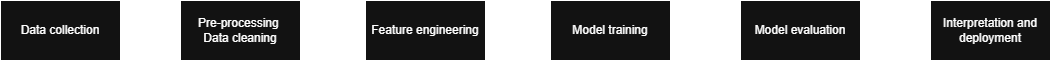
Earlier version of the draw.io export diagrams_and_pictures/workflow/data_science_lifecycle.png (Rouxxel/thesis-bachelor). Source tidied: cells renumbered, new cells last; positions are measured from the earlier drawing's top-left corner, leaving out a move shared by most shapes.
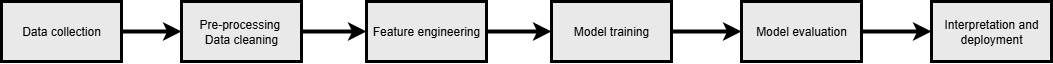
After the change.

Commit message:
Update workflows and diagrams

Change to the diagram source:
```diff
@@ -2,37 +2,37 @@
   <root>
     <mxCell id="0" />
     <mxCell id="1" parent="0" />
-    <mxCell id="2" style="edgeStyle=orthogonalEdgeStyle;rounded=0;jettySize=auto;html=1;entryX=0;entryY=0.5;entryDx=0;entryDy=0;strokeWidth=3;" parent="1" edge="1" source="3" target="5">
+    <mxCell id="2" style="edgeStyle=orthogonalEdgeStyle;rounded=0;jettySize=auto;html=1;entryX=0;entryY=0.5;entryDx=0;entryDy=0;strokeWidth=4;strokeColor=light-dark(#000000,#000000);" parent="1" edge="1" source="3" target="5">
       <mxGeometry relative="1" as="geometry" />
     </mxCell>
-    <mxCell id="3" value="Data collection" style="rounded=0;whiteSpace=wrap;html=1;" parent="1" vertex="1">
+    <mxCell id="3" value="Data collection" style="rounded=0;whiteSpace=wrap;html=1;fillColor=light-dark(#FFFFFF,#E9E9E9);fontColor=light-dark(#000000,#000000);strokeColor=light-dark(#000000,#000000);strokeWidth=3;" parent="1" vertex="1">
       <mxGeometry width="120" height="60" as="geometry" />
     </mxCell>
-    <mxCell id="4" style="edgeStyle=orthogonalEdgeStyle;rounded=0;jettySize=auto;html=1;entryX=0;entryY=0.5;entryDx=0;entryDy=0;strokeWidth=3;" parent="1" edge="1" source="5" target="7">
+    <mxCell id="4" style="edgeStyle=orthogonalEdgeStyle;rounded=0;jettySize=auto;html=1;entryX=0;entryY=0.5;entryDx=0;entryDy=0;strokeWidth=4;strokeColor=light-dark(#000000,#000000);" parent="1" edge="1" source="5" target="7">
       <mxGeometry relative="1" as="geometry" />
     </mxCell>
-    <mxCell id="5" value="Pre-processing&amp;nbsp;&lt;div&gt;Data cleaning&lt;/div&gt;" style="rounded=0;whiteSpace=wrap;html=1;" parent="1" vertex="1">
+    <mxCell id="5" value="Pre-processing&amp;nbsp;&lt;div&gt;Data cleaning&lt;/div&gt;" style="rounded=0;whiteSpace=wrap;html=1;fillColor=light-dark(#FFFFFF,#E9E9E9);fontColor=light-dark(#000000,#000000);strokeColor=light-dark(#000000,#000000);strokeWidth=3;" parent="1" vertex="1">
       <mxGeometry x="180" width="120" height="60" as="geometry" />
     </mxCell>
-    <mxCell id="6" style="edgeStyle=orthogonalEdgeStyle;rounded=0;jettySize=auto;html=1;entryX=0;entryY=0.5;entryDx=0;entryDy=0;strokeWidth=3;" parent="1" edge="1" source="7" target="9">
+    <mxCell id="6" style="edgeStyle=orthogonalEdgeStyle;rounded=0;jettySize=auto;html=1;entryX=0;entryY=0.5;entryDx=0;entryDy=0;strokeWidth=4;strokeColor=light-dark(#000000,#000000);" parent="1" edge="1" source="7" target="9">
       <mxGeometry relative="1" as="geometry" />
     </mxCell>
-    <mxCell id="7" value="Feature engineering" style="rounded=0;whiteSpace=wrap;html=1;" parent="1" vertex="1">
+    <mxCell id="7" value="Feature engineering" style="rounded=0;whiteSpace=wrap;html=1;fillColor=light-dark(#FFFFFF,#E9E9E9);fontColor=light-dark(#000000,#000000);strokeColor=light-dark(#000000,#000000);strokeWidth=3;" parent="1" vertex="1">
       <mxGeometry x="365" width="120" height="60" as="geometry" />
     </mxCell>
-    <mxCell id="8" style="edgeStyle=orthogonalEdgeStyle;rounded=0;jettySize=auto;html=1;entryX=0;entryY=0.5;entryDx=0;entryDy=0;strokeWidth=3;" parent="1" edge="1" source="9" target="11">
+    <mxCell id="8" style="edgeStyle=orthogonalEdgeStyle;rounded=0;jettySize=auto;html=1;entryX=0;entryY=0.5;entryDx=0;entryDy=0;strokeWidth=4;strokeColor=light-dark(#000000,#000000);" parent="1" edge="1" source="9" target="11">
       <mxGeometry relative="1" as="geometry" />
     </mxCell>
-    <mxCell id="9" value="Model training" style="rounded=0;whiteSpace=wrap;html=1;" parent="1" vertex="1">
+    <mxCell id="9" value="Model training" style="rounded=0;whiteSpace=wrap;html=1;fillColor=light-dark(#FFFFFF,#E9E9E9);fontColor=light-dark(#000000,#000000);strokeColor=light-dark(#000000,#000000);strokeWidth=3;" parent="1" vertex="1">
       <mxGeometry x="550" width="120" height="60" as="geometry" />
     </mxCell>
-    <mxCell id="10" style="edgeStyle=orthogonalEdgeStyle;rounded=0;jettySize=auto;html=1;entryX=0;entryY=0.5;entryDx=0;entryDy=0;strokeWidth=3;" parent="1" edge="1" source="11" target="12">
+    <mxCell id="10" style="edgeStyle=orthogonalEdgeStyle;rounded=0;jettySize=auto;html=1;entryX=0;entryY=0.5;entryDx=0;entryDy=0;strokeWidth=4;strokeColor=light-dark(#000000,#000000);" parent="1" edge="1" source="11" target="12">
       <mxGeometry relative="1" as="geometry" />
     </mxCell>
-    <mxCell id="11" value="Model evaluation" style="rounded=0;whiteSpace=wrap;html=1;" parent="1" vertex="1">
+    <mxCell id="11" value="Model evaluation" style="rounded=0;whiteSpace=wrap;html=1;fillColor=light-dark(#FFFFFF,#E9E9E9);fontColor=light-dark(#000000,#000000);strokeColor=light-dark(#000000,#000000);strokeWidth=3;" parent="1" vertex="1">
       <mxGeometry x="740" width="120" height="60" as="geometry" />
     </mxCell>
-    <mxCell id="12" value="Interpretation and deployment" style="rounded=0;whiteSpace=wrap;html=1;" parent="1" vertex="1">
+    <mxCell id="12" value="Interpretation and deployment" style="rounded=0;whiteSpace=wrap;html=1;fillColor=light-dark(#FFFFFF,#E9E9E9);fontColor=light-dark(#000000,#000000);strokeColor=light-dark(#000000,#000000);strokeWidth=3;" parent="1" vertex="1">
       <mxGeometry x="930" width="120" height="60" as="geometry" />
     </mxCell>
   </root>
```
